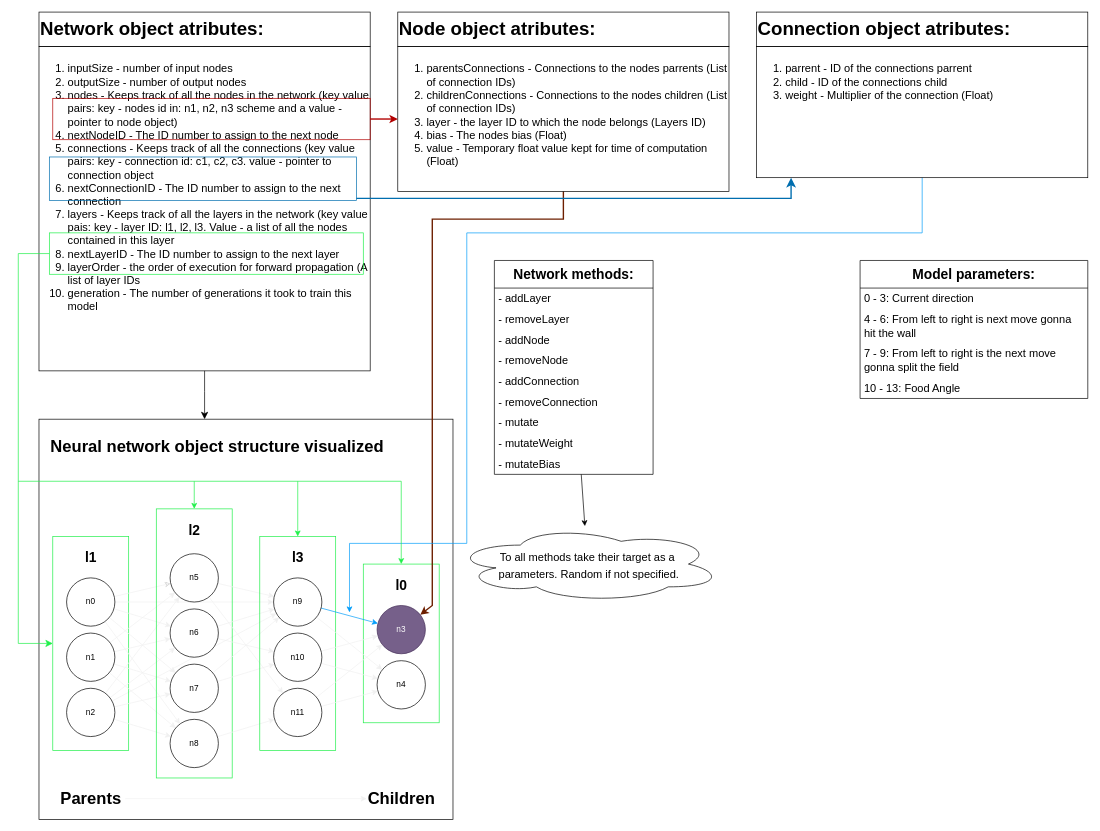
Above: page "Seccond plan (attempt 4)" (2 of 2) of disign.drawio in ErmitaVulpe/ai-plays-snake (draw.io), before the change. Source tidied: cells renumbered, new cells numbered last; positions are measured from the earlier drawing's top-left corner, leaving out a move shared by most shapes. Both pictures are drawn from the tidied source at 69%, with x=0, y=0 at pixel (18, 12).
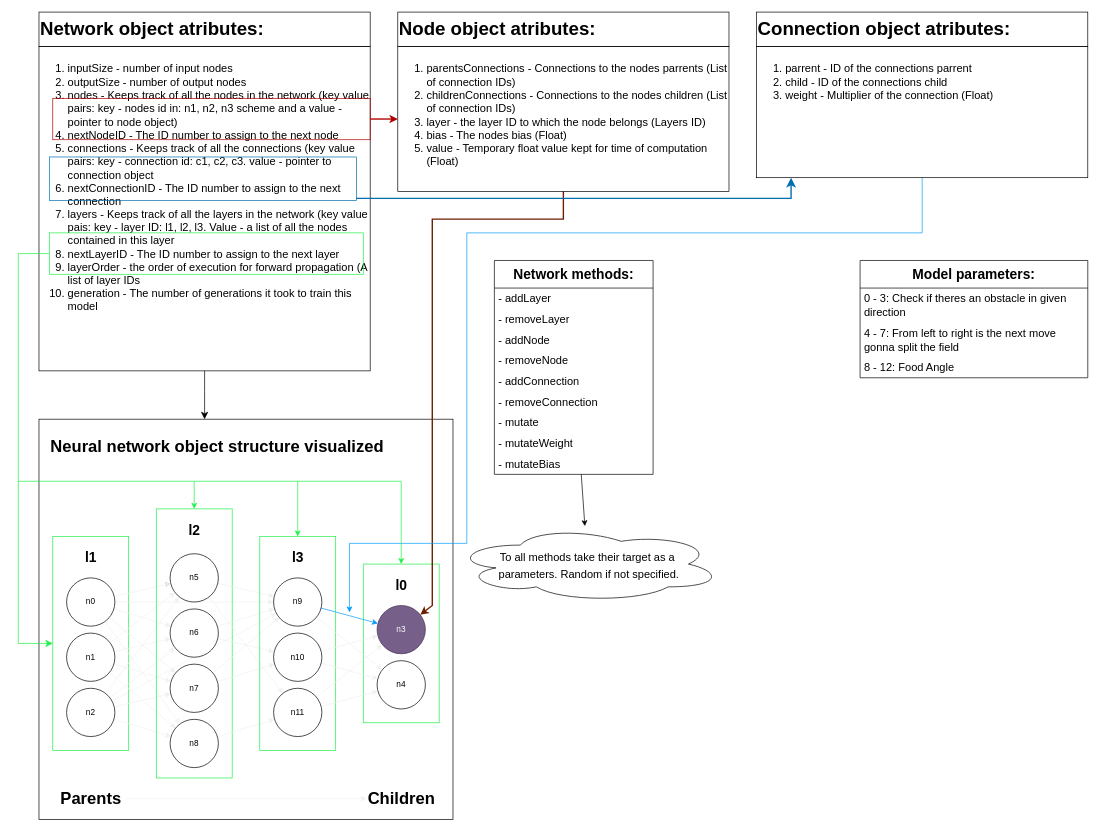
After the change.

What changed in the source:
```diff
@@
     <mxCell id="85" value="&lt;span style=&quot;font-size: 20px;&quot;&gt;&lt;b&gt;Model parameters:&lt;/b&gt;&lt;/span&gt;" style="swimlane;fontStyle=0;horizontal=1;startSize=40;whiteSpace=wrap;html=1;" parent="1" vertex="1">
-      <mxGeometry x="1220" y="360" width="330" height="200" as="geometry" />
+      <mxGeometry x="1220" y="360" width="330" height="170" as="geometry" />
     </mxCell>
-    <mxCell id="86" value="0 - 3: Current direction" style="text;strokeColor=none;fillColor=none;align=left;verticalAlign=middle;spacingLeft=4;spacingRight=4;overflow=hidden;whiteSpace=wrap;html=1;fontSize=16;" parent="85" vertex="1">
-      <mxGeometry y="40" width="330" height="30" as="geometry" />
+    <mxCell id="86" value="0 - 3: Check if theres an obstacle in given direction" style="text;strokeColor=none;fillColor=none;align=left;verticalAlign=middle;spacingLeft=4;spacingRight=4;overflow=hidden;whiteSpace=wrap;html=1;fontSize=16;" parent="85" vertex="1">
+      <mxGeometry y="40" width="330" height="50" as="geometry" />
     </mxCell>
-    <mxCell id="87" value="4 - 6: From left to right is next move gonna hit the wall" style="text;strokeColor=none;fillColor=none;align=left;verticalAlign=middle;spacingLeft=4;spacingRight=4;overflow=hidden;whiteSpace=wrap;html=1;fontSize=16;" parent="85" vertex="1">
-      <mxGeometry y="70" width="330" height="50" as="geometry" />
-    </mxCell>
-    <mxCell id="88" value="7 - 9: From left to right is the next move gonna split the field" style="text;strokeColor=none;fillColor=none;align=left;verticalAlign=middle;spacingLeft=4;spacingRight=4;overflow=hidden;whiteSpace=wrap;html=1;fontSize=16;" parent="85" vertex="1">
-      <mxGeometry y="120" width="330" height="50" as="geometry" />
+    <mxCell id="88" value="4 - 7: From left to right is the next move gonna split the field" style="text;strokeColor=none;fillColor=none;align=left;verticalAlign=middle;spacingLeft=4;spacingRight=4;overflow=hidden;whiteSpace=wrap;html=1;fontSize=16;" parent="85" vertex="1">
+      <mxGeometry y="90" width="330" height="50" as="geometry" />
     </mxCell>
-    <mxCell id="89" value="10 - 13: Food Angle" style="text;strokeColor=none;fillColor=none;align=left;verticalAlign=middle;spacingLeft=4;spacingRight=4;overflow=hidden;whiteSpace=wrap;html=1;fontSize=16;" parent="85" vertex="1">
-      <mxGeometry y="170" width="330" height="30" as="geometry" />
+    <mxCell id="89" value="8 - 12: Food Angle" style="text;strokeColor=none;fillColor=none;align=left;verticalAlign=middle;spacingLeft=4;spacingRight=4;overflow=hidden;whiteSpace=wrap;html=1;fontSize=16;" parent="85" vertex="1">
+      <mxGeometry y="140" width="330" height="30" as="geometry" />
     </mxCell>
```
